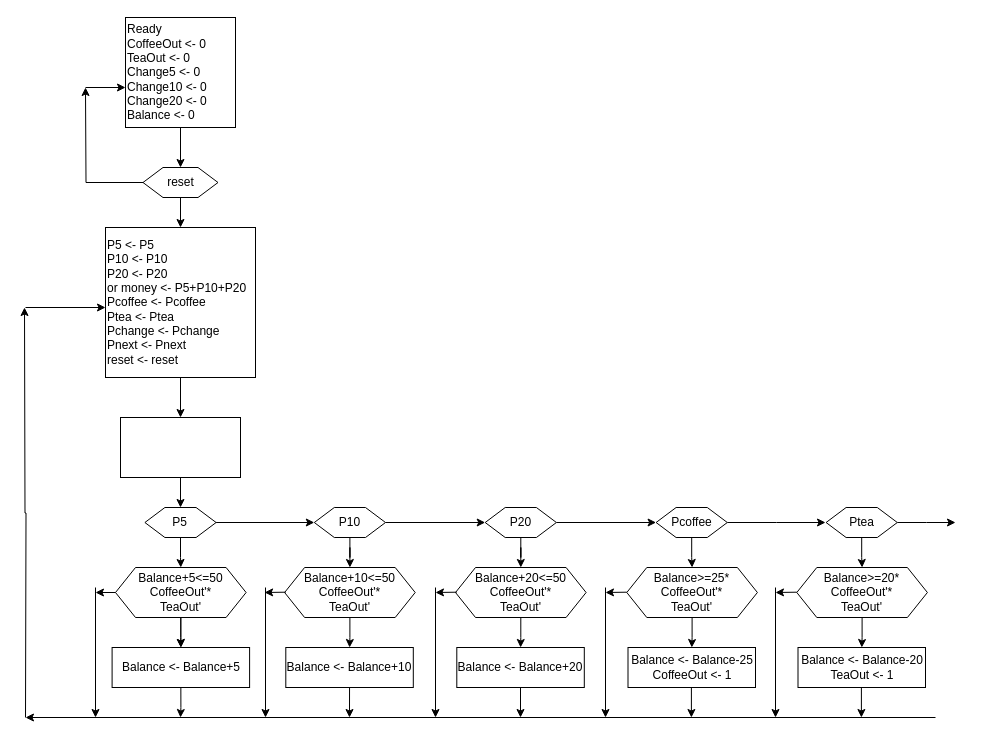
bookpanda/2110263-DIG-LOGIC-LAB-I keeps this draw.io diagram as vending_machine.drawio. Above is the earlier version. Source tidied: cells renumbered, new cells numbered last; positions are measured from the earlier drawing's top-left corner, leaving out a move shared by most shapes. Both pictures are drawn from the tidied source at 100%, with x=0, y=0 at pixel (24, 17).
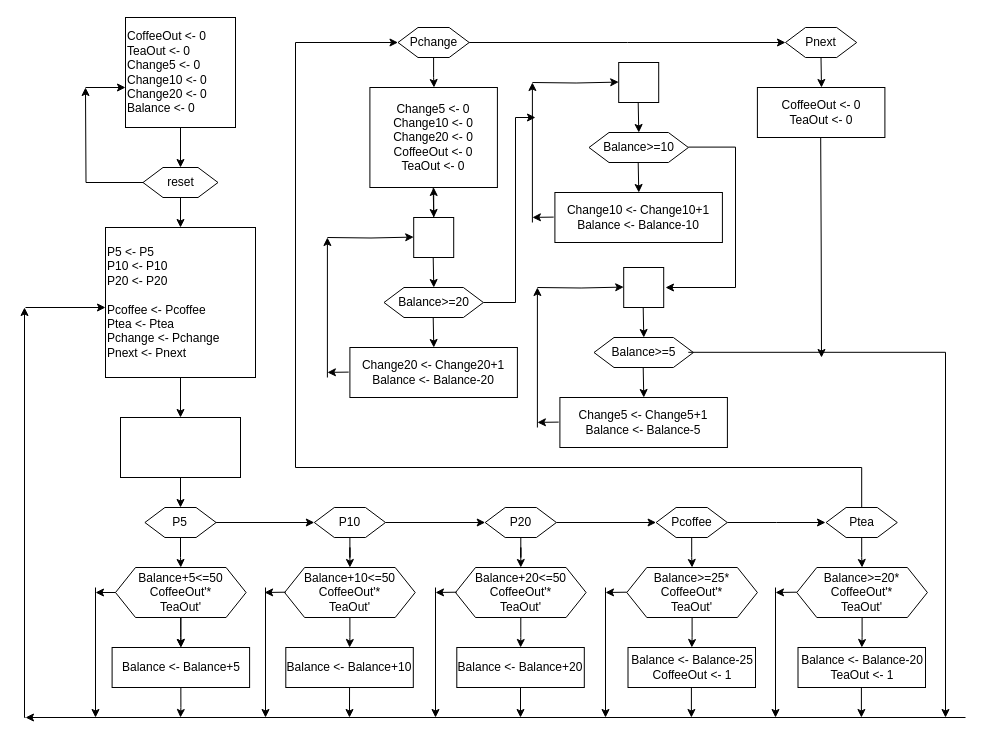
The same diagram, later.

Unchanged cells that the change refers to:
```xml
<mxCell id="54" value="Ptea" style="shape=hexagon;perimeter=hexagonPerimeter2;whiteSpace=wrap;html=1;fixedSize=1;" parent="1" vertex="1">
  <mxGeometry x="801.6" y="490" width="71.2" height="30" as="geometry" />
</mxCell>
```

What changed in the source:
```diff
@@
-    <mxCell id="3" value="Ready&lt;br&gt;CoffeeOut &amp;lt;- 0&lt;br&gt;TeaOut &amp;lt;- 0&lt;br&gt;Change5 &amp;lt;- 0&lt;br&gt;Change10 &amp;lt;- 0&lt;br&gt;Change20 &amp;lt;- 0&lt;br&gt;&lt;div style=&quot;&quot;&gt;&lt;span style=&quot;background-color: initial;&quot;&gt;Balance &amp;lt;- 0&lt;/span&gt;&lt;/div&gt;" style="whiteSpace=wrap;html=1;align=left;" parent="1" vertex="1">
+    <mxCell id="3" value="CoffeeOut &amp;lt;- 0&lt;br&gt;TeaOut &amp;lt;- 0&lt;br&gt;Change5 &amp;lt;- 0&lt;br&gt;Change10 &amp;lt;- 0&lt;br&gt;Change20 &amp;lt;- 0&lt;br&gt;&lt;div style=&quot;&quot;&gt;&lt;span style=&quot;background-color: initial;&quot;&gt;Balance &amp;lt;- 0&lt;/span&gt;&lt;/div&gt;" style="whiteSpace=wrap;html=1;align=left;" parent="1" vertex="1">
       <mxGeometry x="101" width="110" height="110" as="geometry" />
     </mxCell>
@@
-    <mxCell id="9" value="P5 &amp;lt;- P5&lt;br&gt;P10 &amp;lt;- P10&lt;br&gt;P20 &amp;lt;- P20&lt;br&gt;or money &amp;lt;- P5+P10+P20&lt;br&gt;Pcoffee &amp;lt;- Pcoffee&lt;br&gt;Ptea &amp;lt;- Ptea&lt;br&gt;&lt;div style=&quot;&quot;&gt;&lt;span style=&quot;background-color: initial;&quot;&gt;Pchange &amp;lt;- Pchange&lt;/span&gt;&lt;/div&gt;&lt;div style=&quot;&quot;&gt;&lt;span style=&quot;background-color: initial;&quot;&gt;Pnext &amp;lt;- Pnext&lt;/span&gt;&lt;/div&gt;&lt;div style=&quot;&quot;&gt;reset &amp;lt;- reset&lt;/div&gt;" style="whiteSpace=wrap;html=1;align=left;" parent="1" vertex="1">
+    <mxCell id="9" value="P5 &amp;lt;- P5&lt;br&gt;P10 &amp;lt;- P10&lt;br&gt;P20 &amp;lt;- P20&lt;br&gt;&lt;br&gt;Pcoffee &amp;lt;- Pcoffee&lt;br&gt;Ptea &amp;lt;- Ptea&lt;br&gt;&lt;div style=&quot;&quot;&gt;&lt;span style=&quot;background-color: initial;&quot;&gt;Pchange &amp;lt;- Pchange&lt;/span&gt;&lt;/div&gt;&lt;div style=&quot;&quot;&gt;&lt;span style=&quot;background-color: initial;&quot;&gt;Pnext &amp;lt;- Pnext&lt;br&gt;&lt;/span&gt;&lt;/div&gt;" style="whiteSpace=wrap;html=1;align=left;" parent="1" vertex="1">
       <mxGeometry x="81" y="210" width="150" height="150" as="geometry" />
     </mxCell>
@@
     <mxCell id="27" style="endArrow=classic;html=1;rounded=0;" parent="1" edge="1">
       <mxGeometry relative="1" as="geometry">
-        <mxPoint x="911" y="700" as="sourcePoint" />
+        <mxPoint x="941" y="700" as="sourcePoint" />
         <mxPoint x="1" y="700" as="targetPoint" />
       </mxGeometry>
     </mxCell>
@@
     <mxCell id="29" style="edgeStyle=orthogonalEdgeStyle;rounded=0;orthogonalLoop=1;jettySize=auto;html=1;" parent="1" edge="1">
       <mxGeometry relative="1" as="geometry">
         <mxPoint x="1" y="700" as="sourcePoint" />
         <mxPoint y="290" as="targetPoint" />
+        <Array as="points">
+          <mxPoint y="700" />
+        </Array>
       </mxGeometry>
     </mxCell>
@@
-    <mxCell id="52" style="edgeStyle=orthogonalEdgeStyle;rounded=0;jettySize=auto;html=1;" parent="1" edge="1" source="54">
+    <mxCell id="52" style="edgeStyle=orthogonalEdgeStyle;rounded=0;jettySize=auto;html=1;entryX=0;entryY=0.5;entryDx=0;entryDy=0;" parent="1" edge="1" source="54" target="63">
       <mxGeometry relative="1" as="geometry">
-        <mxPoint x="931" y="505" as="targetPoint" />
+        <Array as="points">
+          <mxPoint x="837" y="450" />
+          <mxPoint x="271" y="450" />
+          <mxPoint x="271" y="25" />
+        </Array>
       </mxGeometry>
     </mxCell>
@@
+    <mxCell id="61" style="edgeStyle=orthogonalEdgeStyle;rounded=0;jettySize=auto;html=1;" parent="1" edge="1" source="63">
+      <mxGeometry relative="1" as="geometry">
+        <mxPoint x="761" y="25" as="targetPoint" />
+      </mxGeometry>
+    </mxCell>
+    <mxCell id="62" style="edgeStyle=orthogonalEdgeStyle;rounded=0;jettySize=auto;html=1;" parent="1" edge="1" source="63">
+      <mxGeometry relative="1" as="geometry">
+        <mxPoint x="409.5" y="70" as="targetPoint" />
+      </mxGeometry>
+    </mxCell>
+    <mxCell id="63" value="Pchange" style="shape=hexagon;perimeter=hexagonPerimeter2;whiteSpace=wrap;html=1;fixedSize=1;" parent="1" vertex="1">
+      <mxGeometry x="373.5" y="10" width="71.2" height="30" as="geometry" />
+    </mxCell>
+    <mxCell id="64" value="Change5 &amp;lt;- 0&lt;br&gt;Change10 &amp;lt;- 0&lt;br&gt;Change20 &amp;lt;- 0&lt;br&gt;CoffeeOut &amp;lt;- 0&lt;br&gt;TeaOut &amp;lt;- 0" style="whiteSpace=wrap;html=1;" parent="1" vertex="1">
+      <mxGeometry x="345.4" y="70" width="127.5" height="100" as="geometry" />
+    </mxCell>
+    <mxCell id="65" style="edgeStyle=orthogonalEdgeStyle;rounded=0;orthogonalLoop=1;jettySize=auto;html=1;" parent="1" edge="1">
+      <mxGeometry relative="1" as="geometry">
+        <mxPoint x="302.9" y="360" as="sourcePoint" />
+        <mxPoint x="302.9" y="220" as="targetPoint" />
+      </mxGeometry>
+    </mxCell>
+    <mxCell id="66" style="edgeStyle=orthogonalEdgeStyle;rounded=0;jettySize=auto;html=1;" parent="1" edge="1" source="67">
+      <mxGeometry relative="1" as="geometry">
+        <mxPoint x="511" y="100" as="targetPoint" />
+        <Array as="points">
+          <mxPoint x="491" y="285" />
+          <mxPoint x="491" y="100" />
+        </Array>
+      </mxGeometry>
+    </mxCell>
+    <mxCell id="67" value="Balance&amp;gt;=20" style="shape=hexagon;perimeter=hexagonPerimeter2;whiteSpace=wrap;html=1;fixedSize=1;" parent="1" vertex="1">
+      <mxGeometry x="359.5" y="270" width="99.4" height="30" as="geometry" />
+    </mxCell>
+    <mxCell id="68" style="edgeStyle=orthogonalEdgeStyle;rounded=0;orthogonalLoop=1;jettySize=auto;html=1;" parent="1" edge="1">
+      <mxGeometry relative="1" as="geometry">
+        <mxPoint x="408.7" y="170" as="sourcePoint" />
+        <mxPoint x="409.3" y="200" as="targetPoint" />
+      </mxGeometry>
+    </mxCell>
+    <mxCell id="69" style="edgeStyle=orthogonalEdgeStyle;rounded=0;orthogonalLoop=1;jettySize=auto;html=1;" parent="1" edge="1">
+      <mxGeometry relative="1" as="geometry">
+        <mxPoint x="408.7" y="300" as="sourcePoint" />
+        <mxPoint x="409.3" y="330" as="targetPoint" />
+      </mxGeometry>
+    </mxCell>
+    <mxCell id="70" value="Change20 &amp;lt;- Change20+1&lt;br&gt;Balance &amp;lt;- Balance-20" style="whiteSpace=wrap;html=1;" parent="1" vertex="1">
+      <mxGeometry x="325.4" y="330" width="167.5" height="50" as="geometry" />
+    </mxCell>
+    <mxCell id="71" style="edgeStyle=orthogonalEdgeStyle;rounded=0;jettySize=auto;html=1;" parent="1" edge="1" source="72" target="64">
+      <mxGeometry relative="1" as="geometry" />
+    </mxCell>
+    <mxCell id="72" style="whiteSpace=wrap;html=1;" parent="1" vertex="1">
+      <mxGeometry x="389.2" y="200" width="40" height="40" as="geometry" />
+    </mxCell>
+    <mxCell id="73" style="edgeStyle=orthogonalEdgeStyle;rounded=0;orthogonalLoop=1;jettySize=auto;html=1;" parent="1" edge="1">
+      <mxGeometry relative="1" as="geometry">
+        <mxPoint x="408.7" y="240" as="sourcePoint" />
+        <mxPoint x="409.3" y="270" as="targetPoint" />
+      </mxGeometry>
+    </mxCell>
+    <mxCell id="74" style="endArrow=classic;html=1;rounded=0;exitX=0;exitY=0.5;exitDx=0;exitDy=0;" parent="1" edge="1">
+      <mxGeometry relative="1" as="geometry">
+        <mxPoint x="324.2" y="354.6" as="sourcePoint" />
+        <mxPoint x="302.9" y="354.9" as="targetPoint" />
+      </mxGeometry>
+    </mxCell>
+    <mxCell id="75" style="edgeStyle=orthogonalEdgeStyle;rounded=0;orthogonalLoop=1;jettySize=auto;html=1;entryX=0;entryY=0.5;entryDx=0;entryDy=0;" parent="1" edge="1">
+      <mxGeometry relative="1" as="geometry">
+        <mxPoint x="302.9" y="220" as="sourcePoint" />
+        <mxPoint x="389.2" y="219.6" as="targetPoint" />
+      </mxGeometry>
+    </mxCell>
+    <mxCell id="76" style="edgeStyle=orthogonalEdgeStyle;rounded=0;orthogonalLoop=1;jettySize=auto;html=1;" parent="1" edge="1">
+      <mxGeometry relative="1" as="geometry">
+        <mxPoint x="507.9" y="205" as="sourcePoint" />
+        <mxPoint x="507.9" y="65" as="targetPoint" />
+      </mxGeometry>
+    </mxCell>
+    <mxCell id="77" value="Balance&amp;gt;=10" style="shape=hexagon;perimeter=hexagonPerimeter2;whiteSpace=wrap;html=1;fixedSize=1;" parent="1" vertex="1">
+      <mxGeometry x="564.5" y="115" width="99.4" height="30" as="geometry" />
+    </mxCell>
+    <mxCell id="78" style="edgeStyle=orthogonalEdgeStyle;rounded=0;orthogonalLoop=1;jettySize=auto;html=1;" parent="1" edge="1">
+      <mxGeometry relative="1" as="geometry">
+        <mxPoint x="613.7" y="145" as="sourcePoint" />
+        <mxPoint x="614.3" y="175" as="targetPoint" />
+      </mxGeometry>
+    </mxCell>
+    <mxCell id="79" value="Change10 &amp;lt;- Change10+1&lt;br&gt;Balance &amp;lt;- Balance-10" style="whiteSpace=wrap;html=1;" parent="1" vertex="1">
+      <mxGeometry x="530.4" y="175" width="167.5" height="50" as="geometry" />
+    </mxCell>
+    <mxCell id="80" style="whiteSpace=wrap;html=1;" parent="1" vertex="1">
+      <mxGeometry x="594.2" y="45" width="40" height="40" as="geometry" />
+    </mxCell>
+    <mxCell id="81" style="edgeStyle=orthogonalEdgeStyle;rounded=0;orthogonalLoop=1;jettySize=auto;html=1;" parent="1" edge="1">
+      <mxGeometry relative="1" as="geometry">
+        <mxPoint x="613.7" y="85" as="sourcePoint" />
+        <mxPoint x="614.3" y="115" as="targetPoint" />
+      </mxGeometry>
+    </mxCell>
+    <mxCell id="82" style="endArrow=classic;html=1;rounded=0;exitX=0;exitY=0.5;exitDx=0;exitDy=0;" parent="1" edge="1">
+      <mxGeometry relative="1" as="geometry">
+        <mxPoint x="529.2" y="199.6" as="sourcePoint" />
+        <mxPoint x="507.9" y="199.9" as="targetPoint" />
+      </mxGeometry>
+    </mxCell>
+    <mxCell id="83" style="edgeStyle=orthogonalEdgeStyle;rounded=0;orthogonalLoop=1;jettySize=auto;html=1;entryX=0;entryY=0.5;entryDx=0;entryDy=0;" parent="1" edge="1">
+      <mxGeometry relative="1" as="geometry">
+        <mxPoint x="507.9" y="65" as="sourcePoint" />
+        <mxPoint x="594.2" y="64.6" as="targetPoint" />
+      </mxGeometry>
+    </mxCell>
+    <mxCell id="84" style="edgeStyle=orthogonalEdgeStyle;rounded=0;orthogonalLoop=1;jettySize=auto;html=1;" parent="1" edge="1">
+      <mxGeometry relative="1" as="geometry">
+        <mxPoint x="512.9" y="410" as="sourcePoint" />
+        <mxPoint x="512.9" y="270" as="targetPoint" />
+      </mxGeometry>
+    </mxCell>
+    <mxCell id="85" value="Balance&amp;gt;=5" style="shape=hexagon;perimeter=hexagonPerimeter2;whiteSpace=wrap;html=1;fixedSize=1;" parent="1" vertex="1">
+      <mxGeometry x="569.5" y="320" width="99.4" height="30" as="geometry" />
+    </mxCell>
+    <mxCell id="86" style="edgeStyle=orthogonalEdgeStyle;rounded=0;orthogonalLoop=1;jettySize=auto;html=1;" parent="1" edge="1">
+      <mxGeometry relative="1" as="geometry">
+        <mxPoint x="618.7" y="350" as="sourcePoint" />
+        <mxPoint x="619.3" y="380" as="targetPoint" />
+      </mxGeometry>
+    </mxCell>
+    <mxCell id="87" value="Change5 &amp;lt;- Change5+1&lt;br&gt;Balance &amp;lt;- Balance-5" style="whiteSpace=wrap;html=1;" parent="1" vertex="1">
+      <mxGeometry x="535.4" y="380" width="167.5" height="50" as="geometry" />
+    </mxCell>
+    <mxCell id="88" style="whiteSpace=wrap;html=1;" parent="1" vertex="1">
+      <mxGeometry x="599.2" y="250" width="40" height="40" as="geometry" />
+    </mxCell>
+    <mxCell id="89" style="edgeStyle=orthogonalEdgeStyle;rounded=0;orthogonalLoop=1;jettySize=auto;html=1;" parent="1" edge="1">
+      <mxGeometry relative="1" as="geometry">
+        <mxPoint x="618.7" y="290" as="sourcePoint" />
+        <mxPoint x="619.3" y="320" as="targetPoint" />
+      </mxGeometry>
+    </mxCell>
+    <mxCell id="90" style="endArrow=classic;html=1;rounded=0;exitX=0;exitY=0.5;exitDx=0;exitDy=0;" parent="1" edge="1">
+      <mxGeometry relative="1" as="geometry">
+        <mxPoint x="534.2" y="404.6" as="sourcePoint" />
+        <mxPoint x="512.9" y="404.9" as="targetPoint" />
+      </mxGeometry>
+    </mxCell>
+    <mxCell id="91" style="edgeStyle=orthogonalEdgeStyle;rounded=0;orthogonalLoop=1;jettySize=auto;html=1;entryX=0;entryY=0.5;entryDx=0;entryDy=0;" parent="1" edge="1">
+      <mxGeometry relative="1" as="geometry">
+        <mxPoint x="512.9" y="270" as="sourcePoint" />
+        <mxPoint x="599.2" y="269.6" as="targetPoint" />
+      </mxGeometry>
+    </mxCell>
+    <mxCell id="92" style="edgeStyle=orthogonalEdgeStyle;rounded=0;orthogonalLoop=1;jettySize=auto;html=1;" parent="1" edge="1">
+      <mxGeometry relative="1" as="geometry">
+        <mxPoint x="663.8" y="129.6" as="sourcePoint" />
+        <mxPoint x="641" y="270" as="targetPoint" />
+        <Array as="points">
+          <mxPoint x="711" y="130" />
+          <mxPoint x="711" y="270" />
+        </Array>
+      </mxGeometry>
+    </mxCell>
+    <mxCell id="93" style="edgeStyle=orthogonalEdgeStyle;rounded=0;orthogonalLoop=1;jettySize=auto;html=1;" parent="1" edge="1">
+      <mxGeometry relative="1" as="geometry">
+        <mxPoint x="663.8" y="334.8" as="sourcePoint" />
+        <mxPoint x="921" y="700" as="targetPoint" />
+        <Array as="points">
+          <mxPoint x="921" y="335" />
+          <mxPoint x="921" y="700" />
+        </Array>
+      </mxGeometry>
+    </mxCell>
+    <mxCell id="94" value="Pnext" style="shape=hexagon;perimeter=hexagonPerimeter2;whiteSpace=wrap;html=1;fixedSize=1;" parent="1" vertex="1">
+      <mxGeometry x="761" y="10" width="71.2" height="30" as="geometry" />
+    </mxCell>
+    <mxCell id="95" style="edgeStyle=orthogonalEdgeStyle;rounded=0;orthogonalLoop=1;jettySize=auto;html=1;" parent="1" edge="1">
+      <mxGeometry relative="1" as="geometry">
+        <mxPoint x="796.5" y="40" as="sourcePoint" />
+        <mxPoint x="797" y="70" as="targetPoint" />
+      </mxGeometry>
+    </mxCell>
+    <mxCell id="96" value="CoffeeOut &amp;lt;- 0&lt;br&gt;TeaOut &amp;lt;- 0" style="whiteSpace=wrap;html=1;" parent="1" vertex="1">
+      <mxGeometry x="732.9" y="70" width="127.5" height="50" as="geometry" />
+    </mxCell>
+    <mxCell id="97" style="edgeStyle=orthogonalEdgeStyle;rounded=0;orthogonalLoop=1;jettySize=auto;html=1;" parent="1" edge="1">
+      <mxGeometry relative="1" as="geometry">
+        <mxPoint x="796.2" y="120" as="sourcePoint" />
+        <mxPoint x="797" y="340" as="targetPoint" />
+      </mxGeometry>
+    </mxCell>
```
